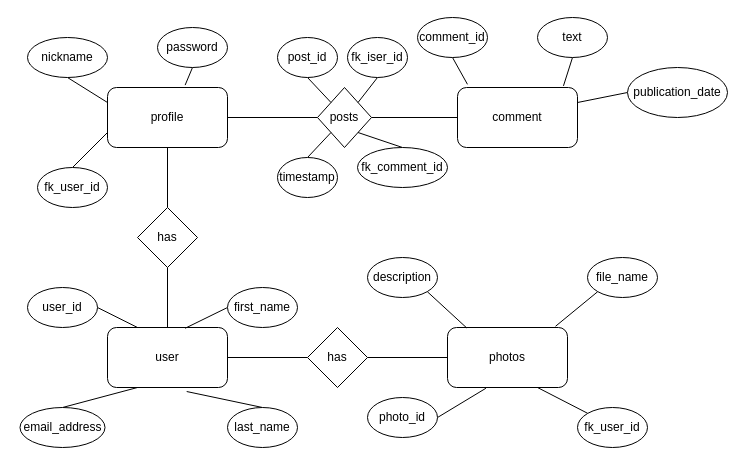
Above: page "ER" (2 of 4) of social_network.drawio in e-karov/MySQL-v17.0 (draw.io), before the change. Source tidied: cells renumbered, new cells numbered last; positions are measured from the earlier drawing's top-left corner, leaving out a move shared by most shapes. Both pictures are drawn from the tidied source at 100%, with x=0, y=0 at pixel (19, 17).
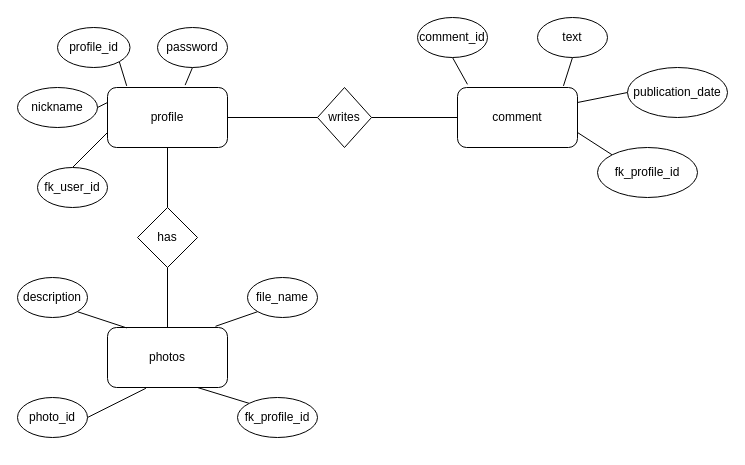
The same diagram, later.

Unchanged cells that the change refers to:
```xml
<mxCell id="4" value="profile" style="rounded=1;whiteSpace=wrap;html=1;" parent="1" vertex="1">
  <mxGeometry x="88" y="70" width="120" height="60" as="geometry" />
</mxCell>
<mxCell id="6" value="comment" style="rounded=1;whiteSpace=wrap;html=1;" parent="1" vertex="1">
  <mxGeometry x="438" y="70" width="120" height="60" as="geometry" />
</mxCell>
<mxCell id="22" value="has" style="rhombus;whiteSpace=wrap;html=1;" parent="1" vertex="1">
  <mxGeometry x="118" y="190" width="60" height="60" as="geometry" />
</mxCell>
```

Diff of the diagram source:
```diff
@@
     <mxCell id="5" value="photos" style="rounded=1;whiteSpace=wrap;html=1;" parent="1" vertex="1">
-      <mxGeometry x="428" y="310" width="120" height="60" as="geometry" />
+      <mxGeometry x="88" y="310" width="120" height="60" as="geometry" />
     </mxCell>
@@
     <mxCell id="8" value="nickname" style="ellipse;whiteSpace=wrap;html=1;" parent="1" vertex="1">
-      <mxGeometry x="8" y="20" width="80" height="40" as="geometry" />
+      <mxGeometry x="-2" y="70" width="80" height="40" as="geometry" />
     </mxCell>
@@
-    <mxCell id="14" value="posts" style="rhombus;whiteSpace=wrap;html=1;" parent="1" vertex="1">
+    <mxCell id="14" value="writes" style="rhombus;whiteSpace=wrap;html=1;" parent="1" vertex="1">
       <mxGeometry x="298" y="70" width="54" height="60" as="geometry" />
     </mxCell>
@@
-    <mxCell id="21" style="edgeStyle=none;html=1;exitX=0.5;exitY=1;exitDx=0;exitDy=0;entryX=0.5;entryY=0;entryDx=0;entryDy=0;endArrow=none;endFill=0;" parent="1" edge="1" source="22" target="40">
-      <mxGeometry relative="1" as="geometry" />
+    <mxCell id="21" style="edgeStyle=none;html=1;exitX=0.5;exitY=1;exitDx=0;exitDy=0;entryX=0.5;entryY=0;entryDx=0;entryDy=0;endArrow=none;endFill=0;" parent="1" edge="1" source="22">
+      <mxGeometry relative="1" as="geometry">
+        <mxPoint x="148" y="310" as="targetPoint" />
+      </mxGeometry>
     </mxCell>
@@
     <mxCell id="24" value="photo_id" style="ellipse;whiteSpace=wrap;html=1;" parent="1" vertex="1">
-      <mxGeometry x="348" y="380" width="70" height="40" as="geometry" />
+      <mxGeometry x="-2" y="380" width="70" height="40" as="geometry" />
     </mxCell>
@@
     <mxCell id="26" value="file_name" style="ellipse;whiteSpace=wrap;html=1;" parent="1" vertex="1">
-      <mxGeometry x="568" y="240" width="70" height="40" as="geometry" />
+      <mxGeometry x="228" y="260" width="70" height="40" as="geometry" />
     </mxCell>
@@
     <mxCell id="28" value="description" style="ellipse;whiteSpace=wrap;html=1;" parent="1" vertex="1">
-      <mxGeometry x="348" y="240" width="70" height="40" as="geometry" />
+      <mxGeometry x="-2" y="260" width="70" height="40" as="geometry" />
     </mxCell>
@@
-    <mxCell id="30" value="fk_user_id" style="ellipse;whiteSpace=wrap;html=1;" parent="1" vertex="1">
-      <mxGeometry x="558" y="390" width="70" height="40" as="geometry" />
+    <mxCell id="30" value="fk_profile_id" style="ellipse;whiteSpace=wrap;html=1;" parent="1" vertex="1">
+      <mxGeometry x="218" y="380" width="80" height="40" as="geometry" />
     </mxCell>
-    <mxCell id="31" style="edgeStyle=none;html=1;exitX=0.5;exitY=1;exitDx=0;exitDy=0;entryX=0;entryY=0;entryDx=0;entryDy=0;endArrow=none;endFill=0;" parent="1" edge="1" source="32" target="14">
-      <mxGeometry relative="1" as="geometry" />
-    </mxCell>
-    <mxCell id="32" value="post_id" style="ellipse;whiteSpace=wrap;html=1;" parent="1" vertex="1">
-      <mxGeometry x="258" y="20" width="60" height="40" as="geometry" />
-    </mxCell>
-    <mxCell id="33" style="edgeStyle=none;html=1;exitX=0.5;exitY=1;exitDx=0;exitDy=0;entryX=1;entryY=0;entryDx=0;entryDy=0;endArrow=none;endFill=0;" parent="1" edge="1" source="34" target="14">
-      <mxGeometry relative="1" as="geometry" />
-    </mxCell>
-    <mxCell id="34" value="fk_iser_id" style="ellipse;whiteSpace=wrap;html=1;" parent="1" vertex="1">
-      <mxGeometry x="328" y="20" width="60" height="40" as="geometry" />
-    </mxCell>
-    <mxCell id="35" style="edgeStyle=none;html=1;exitX=0.5;exitY=0;exitDx=0;exitDy=0;entryX=0;entryY=1;entryDx=0;entryDy=0;endArrow=none;endFill=0;" parent="1" edge="1" source="36" target="14">
-      <mxGeometry relative="1" as="geometry" />
-    </mxCell>
-    <mxCell id="36" value="timestamp" style="ellipse;whiteSpace=wrap;html=1;" parent="1" vertex="1">
-      <mxGeometry x="258" y="140" width="60" height="40" as="geometry" />
-    </mxCell>
-    <mxCell id="37" style="edgeStyle=none;html=1;exitX=0.5;exitY=0;exitDx=0;exitDy=0;entryX=1;entryY=1;entryDx=0;entryDy=0;endArrow=none;endFill=0;" parent="1" edge="1" source="38" target="14">
-      <mxGeometry relative="1" as="geometry" />
-    </mxCell>
-    <mxCell id="38" value="fk_comment_id" style="ellipse;whiteSpace=wrap;html=1;" parent="1" vertex="1">
-      <mxGeometry x="338" y="130" width="90" height="40" as="geometry" />
-    </mxCell>
-    <mxCell id="39" style="edgeStyle=none;html=1;exitX=1;exitY=0.5;exitDx=0;exitDy=0;endArrow=none;endFill=0;" parent="1" edge="1" source="40" target="50">
-      <mxGeometry relative="1" as="geometry" />
-    </mxCell>
-    <mxCell id="40" value="user" style="rounded=1;whiteSpace=wrap;html=1;" parent="1" vertex="1">
-      <mxGeometry x="88" y="310" width="120" height="60" as="geometry" />
-    </mxCell>
-    <mxCell id="41" style="edgeStyle=none;html=1;exitX=1;exitY=0.5;exitDx=0;exitDy=0;entryX=0.25;entryY=0;entryDx=0;entryDy=0;endArrow=none;endFill=0;" parent="1" edge="1" source="42" target="40">
-      <mxGeometry relative="1" as="geometry" />
-    </mxCell>
-    <mxCell id="42" value="user_id" style="ellipse;whiteSpace=wrap;html=1;" parent="1" vertex="1">
-      <mxGeometry x="8" y="270" width="70" height="40" as="geometry" />
-    </mxCell>
-    <mxCell id="43" style="edgeStyle=none;html=1;exitX=0.5;exitY=0;exitDx=0;exitDy=0;entryX=0.25;entryY=1;entryDx=0;entryDy=0;endArrow=none;endFill=0;" parent="1" edge="1" source="44" target="40">
-      <mxGeometry relative="1" as="geometry" />
+    <mxCell id="43" style="edgeStyle=none;html=1;exitX=0.5;exitY=0;exitDx=0;exitDy=0;entryX=0.25;entryY=1;entryDx=0;entryDy=0;endArrow=none;endFill=0;" parent="1" edge="1">
+      <mxGeometry relative="1" as="geometry">
+        <mxPoint x="118" y="370" as="targetPoint" />
+      </mxGeometry>
     </mxCell>
-    <mxCell id="44" value="email_address" style="ellipse;whiteSpace=wrap;html=1;" parent="1" vertex="1">
-      <mxGeometry x="0.5" y="390" width="85" height="40" as="geometry" />
-    </mxCell>
-    <mxCell id="45" style="edgeStyle=none;html=1;exitX=0;exitY=0.5;exitDx=0;exitDy=0;entryX=0.647;entryY=0.013;entryDx=0;entryDy=0;entryPerimeter=0;endArrow=none;endFill=0;" parent="1" edge="1" source="46" target="40">
-      <mxGeometry relative="1" as="geometry" />
+    <mxCell id="45" style="edgeStyle=none;html=1;exitX=0;exitY=0.5;exitDx=0;exitDy=0;entryX=0.647;entryY=0.013;entryDx=0;entryDy=0;entryPerimeter=0;endArrow=none;endFill=0;" parent="1" edge="1">
+      <mxGeometry relative="1" as="geometry">
+        <mxPoint x="165.6" y="310.8" as="targetPoint" />
+      </mxGeometry>
     </mxCell>
-    <mxCell id="46" value="first_name" style="ellipse;whiteSpace=wrap;html=1;" parent="1" vertex="1">
-      <mxGeometry x="208" y="270" width="70" height="40" as="geometry" />
-    </mxCell>
-    <mxCell id="47" style="edgeStyle=none;html=1;exitX=0.5;exitY=0;exitDx=0;exitDy=0;entryX=0.66;entryY=1.067;entryDx=0;entryDy=0;entryPerimeter=0;endArrow=none;endFill=0;" parent="1" edge="1" source="48" target="40">
-      <mxGeometry relative="1" as="geometry" />
-    </mxCell>
-    <mxCell id="48" value="last_name" style="ellipse;whiteSpace=wrap;html=1;" parent="1" vertex="1">
-      <mxGeometry x="208" y="390" width="70" height="40" as="geometry" />
-    </mxCell>
-    <mxCell id="49" style="edgeStyle=none;html=1;exitX=1;exitY=0.5;exitDx=0;exitDy=0;entryX=0;entryY=0.5;entryDx=0;entryDy=0;endArrow=none;endFill=0;" parent="1" edge="1" source="50" target="5">
-      <mxGeometry relative="1" as="geometry" />
-    </mxCell>
-    <mxCell id="50" value="has" style="rhombus;whiteSpace=wrap;html=1;" parent="1" vertex="1">
-      <mxGeometry x="288" y="310" width="60" height="60" as="geometry" />
-    </mxCell>
+    <mxCell id="51" style="html=1;exitX=1;exitY=1;exitDx=0;exitDy=0;entryX=0.16;entryY=-0.027;entryDx=0;entryDy=0;entryPerimeter=0;endArrow=none;endFill=0;" parent="1" edge="1" source="52" target="4">
+      <mxGeometry relative="1" as="geometry" />
+    </mxCell>
+    <mxCell id="52" value="profile_id" style="ellipse;whiteSpace=wrap;html=1;" parent="1" vertex="1">
+      <mxGeometry x="38" y="10" width="72.5" height="40" as="geometry" />
+    </mxCell>
+    <mxCell id="53" style="html=1;exitX=0;exitY=0;exitDx=0;exitDy=0;entryX=1;entryY=0.75;entryDx=0;entryDy=0;endArrow=none;endFill=0;" parent="1" edge="1" source="54" target="6">
+      <mxGeometry relative="1" as="geometry" />
+    </mxCell>
+    <mxCell id="54" value="fk_profile_id" style="ellipse;whiteSpace=wrap;html=1;" parent="1" vertex="1">
+      <mxGeometry x="578" y="130" width="100" height="50" as="geometry" />
+    </mxCell>
```
